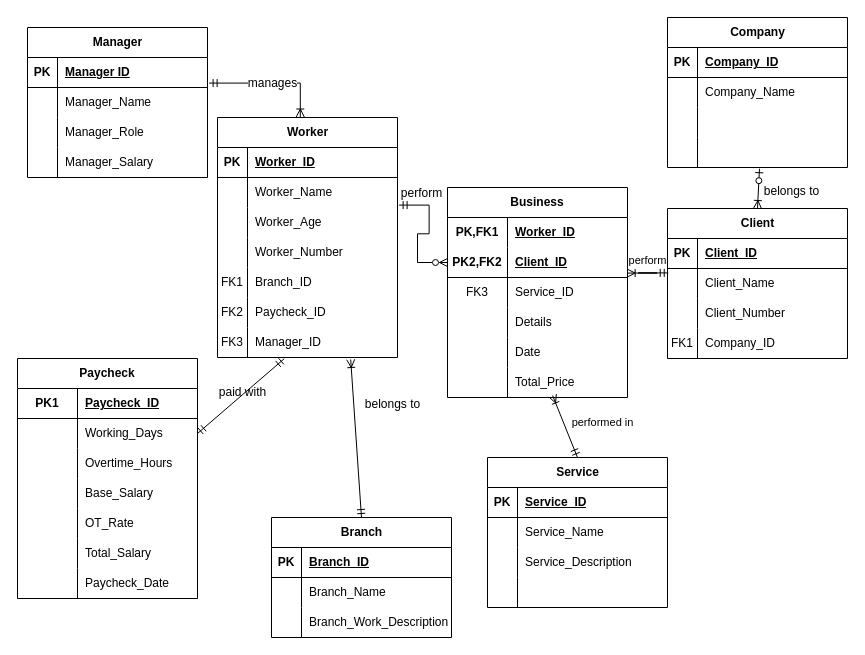
This is wia2001assg.drawio from justn0thinghere/drawio, a draw.io file, before an edit. Source tidied: cells renumbered, new cells numbered last; positions are measured from the earlier drawing's top-left corner, leaving out a move shared by most shapes. Both pictures are drawn from the tidied source at 100%, with x=0, y=0 at pixel (17, 17).
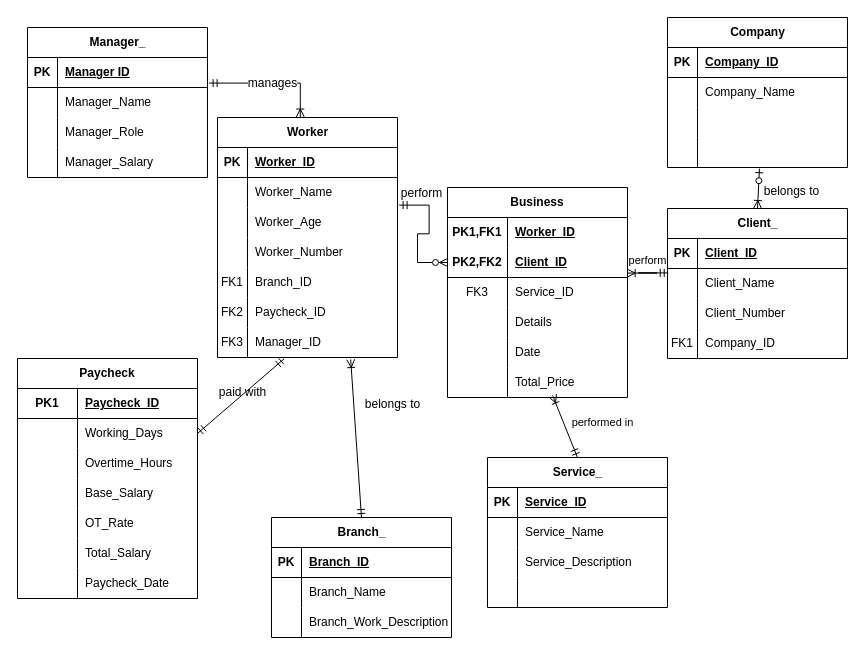
The same page after the edit.

The change refers to these unchanged cells:
```xml
<mxCell id="3" style="shape=tableRow;horizontal=0;startSize=0;swimlaneHead=0;swimlaneBody=0;fillColor=none;top=0;left=0;right=0;bottom=0;html=1;" parent="2" vertex="1">
  <mxGeometry y="30" width="180" height="30" as="geometry" />
</mxCell>
```

What changed in the source:
```diff
@@
-    <mxCell id="4" value="PK,FK1" style="shape=partialRectangle;fillColor=none;top=0;left=0;bottom=0;right=0;fontStyle=1;overflow=hidden;html=1;whiteSpace=wrap;" parent="3" vertex="1">
+    <mxCell id="4" value="PK1,FK1" style="shape=partialRectangle;fillColor=none;top=0;left=0;bottom=0;right=0;fontStyle=1;overflow=hidden;html=1;whiteSpace=wrap;" parent="3" vertex="1">
       <mxGeometry width="60" height="30" as="geometry" />
     </mxCell>
@@
-    <mxCell id="21" value="Service" style="shape=table;startSize=30;childLayout=tableLayout;rowLines=0;fontStyle=1;align=center;html=1;" parent="1" vertex="1">
+    <mxCell id="21" value="Service_" style="shape=table;startSize=30;childLayout=tableLayout;rowLines=0;fontStyle=1;align=center;html=1;" parent="1" vertex="1">
       <mxGeometry x="470" y="440" width="180" height="150" as="geometry" />
     </mxCell>
@@
-    <mxCell id="56" value="Branch" style="shape=table;startSize=30;childLayout=tableLayout;rowLines=0;fontStyle=1;align=center;html=1;" parent="1" vertex="1">
+    <mxCell id="56" value="Branch_" style="shape=table;startSize=30;childLayout=tableLayout;rowLines=0;fontStyle=1;align=center;html=1;" parent="1" vertex="1">
       <mxGeometry x="254" y="500" width="180" height="120" as="geometry" />
     </mxCell>
@@
-    <mxCell id="88" value="Manager" style="shape=table;startSize=30;childLayout=tableLayout;rowLines=0;fontStyle=1;align=center;html=1;" parent="1" vertex="1">
+    <mxCell id="88" value="Manager_" style="shape=table;startSize=30;childLayout=tableLayout;rowLines=0;fontStyle=1;align=center;html=1;" parent="1" vertex="1">
       <mxGeometry x="10" y="10" width="180" height="150" as="geometry" />
     </mxCell>
@@
-    <mxCell id="101" value="Client" style="shape=table;startSize=30;childLayout=tableLayout;rowLines=0;fontStyle=1;align=center;html=1;" parent="1" vertex="1">
+    <mxCell id="101" value="Client_" style="shape=table;startSize=30;childLayout=tableLayout;rowLines=0;fontStyle=1;align=center;html=1;" parent="1" vertex="1">
       <mxGeometry x="650" y="191" width="180" height="150" as="geometry" />
     </mxCell>
```
